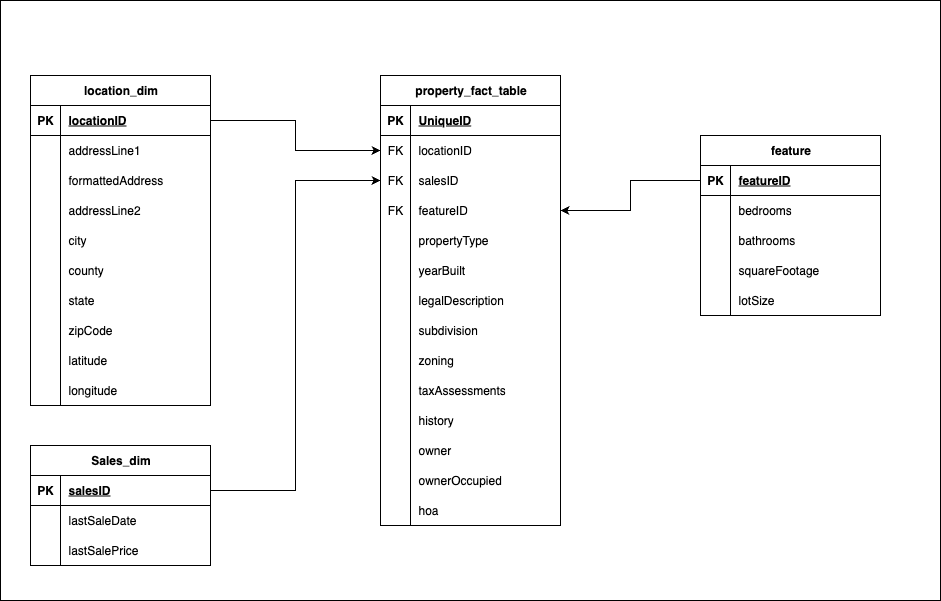
This is databasemodel.png from uchy4life/Mars_realtor, a draw.io export, as it was before one commit. Source tidied: cells renumbered, new cells last; positions are measured from the earlier drawing's top-left corner, leaving out a move shared by most shapes.
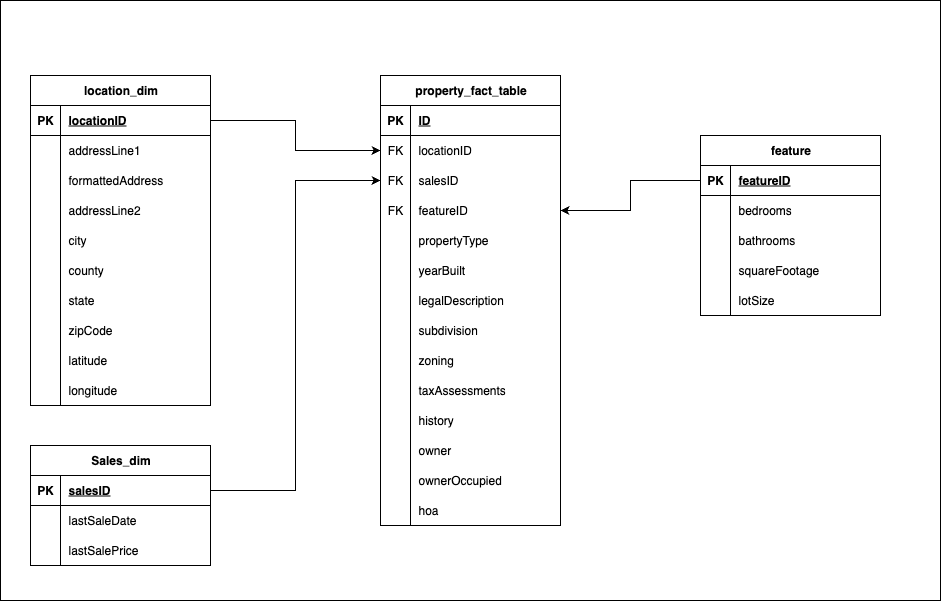
The same file after the commit.

What changed in the source:
```diff
@@ -185,7 +185,7 @@
     <mxCell id="62" value="PK" style="shape=partialRectangle;fillColor=none;top=0;left=0;bottom=0;right=0;fontStyle=1;overflow=hidden;whiteSpace=wrap;html=1;" parent="61" vertex="1">
       <mxGeometry width="30" height="30" as="geometry" />
     </mxCell>
-    <mxCell id="63" value="UniqueID" style="shape=partialRectangle;fillColor=none;top=0;left=0;bottom=0;right=0;align=left;spacingLeft=6;fontStyle=5;overflow=hidden;whiteSpace=wrap;html=1;" parent="61" vertex="1">
+    <mxCell id="63" value="ID" style="shape=partialRectangle;fillColor=none;top=0;left=0;bottom=0;right=0;align=left;spacingLeft=6;fontStyle=5;overflow=hidden;whiteSpace=wrap;html=1;" parent="61" vertex="1">
       <mxGeometry x="30" width="150" height="30" as="geometry" />
     </mxCell>
     <mxCell id="64" style="shape=tableRow;horizontal=0;startSize=0;swimlaneHead=0;swimlaneBody=0;fillColor=none;points=[[0,0.5],[1,0.5]];portConstraint=eastwest;top=0;left=0;right=0;bottom=0;" parent="60" vertex="1">
```
